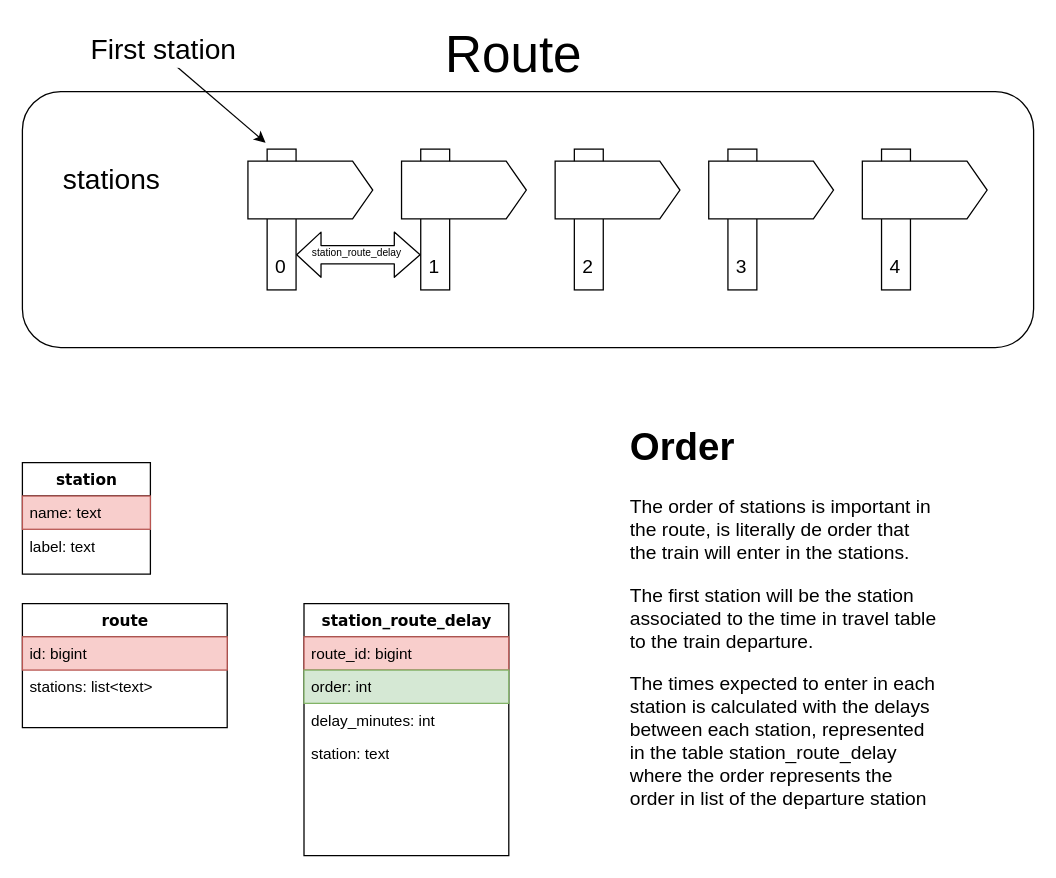
This is page "route" (2 of 4) of train/train.drawio from yquest/testhz, a draw.io file, before an edit. Source tidied: cells renumbered, new cells numbered last; positions are measured from the earlier drawing's top-left corner, leaving out a move shared by most shapes. Both pictures are drawn from the tidied source at 128%, with x=0, y=0 at pixel (22, 40).
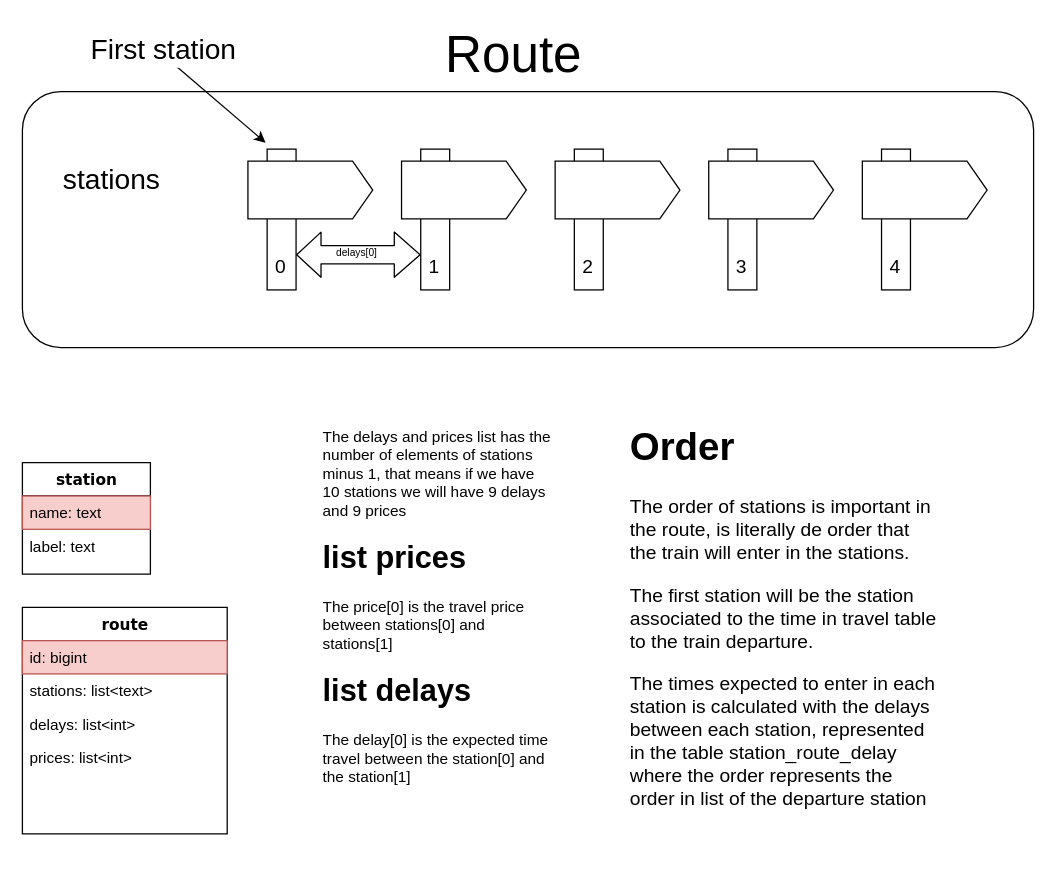
After the change.

The change refers to these unchanged cells:
```xml
<mxCell id="31" style="shape=flexArrow;endArrow=classic;startArrow=classic;html=1;fontSize=22;width=14.333333333333334;startSize=6.383333333333333;entryX=1;entryY=0.75;entryDx=0;entryDy=0;exitX=0;exitY=0.75;exitDx=0;exitDy=0;" parent="1" edge="1" source="4" target="34">
  <mxGeometry relative="1" as="geometry" />
</mxCell>
```

Diff of the diagram source:
```diff
@@
-    <mxCell id="22" value="route" style="swimlane;html=1;fontStyle=1;align=center;verticalAlign=top;horizontal=1;startSize=26;swimlaneFillColor=#ffffff;rounded=0;shadow=0;comic=0;labelBackgroundColor=none;strokeWidth=1;fillColor=none;fontFamily=Verdana;fontSize=12;" parent="1" vertex="1">
-      <mxGeometry y="440" width="160" height="97" as="geometry" />
-    </mxCell>
-    <mxCell id="23" value="id: bigint" style="text;html=1;strokeColor=#b85450;fillColor=#f8cecc;align=left;verticalAlign=top;spacingLeft=4;spacingRight=4;whiteSpace=wrap;overflow=hidden;" parent="22" vertex="1">
-      <mxGeometry y="26" width="160" height="26" as="geometry" />
-    </mxCell>
-    <mxCell id="24" value="stations: list&amp;lt;text&amp;gt;" style="text;html=1;strokeColor=none;fillColor=none;align=left;verticalAlign=top;spacingLeft=4;spacingRight=4;whiteSpace=wrap;overflow=hidden;" parent="22" vertex="1">
-      <mxGeometry y="52" width="160" height="26" as="geometry" />
-    </mxCell>
-    <mxCell id="25" value="station_route_delay" style="swimlane;html=1;fontStyle=1;align=center;verticalAlign=top;horizontal=1;startSize=26;swimlaneFillColor=#ffffff;rounded=0;shadow=0;comic=0;labelBackgroundColor=none;strokeWidth=1;fillColor=none;fontFamily=Verdana;fontSize=12;" parent="1" vertex="1">
-      <mxGeometry x="220" y="440" width="160" height="197" as="geometry" />
-    </mxCell>
-    <mxCell id="26" value="route_id: bigint" style="text;html=1;strokeColor=#b85450;fillColor=#f8cecc;align=left;verticalAlign=top;spacingLeft=4;spacingRight=4;whiteSpace=wrap;overflow=hidden;" parent="25" vertex="1">
-      <mxGeometry y="26" width="160" height="26" as="geometry" />
-    </mxCell>
-    <mxCell id="27" value="order: int" style="text;html=1;strokeColor=#82b366;fillColor=#d5e8d4;align=left;verticalAlign=top;spacingLeft=4;spacingRight=4;whiteSpace=wrap;overflow=hidden;" parent="25" vertex="1">
-      <mxGeometry y="52" width="160" height="26" as="geometry" />
-    </mxCell>
-    <mxCell id="28" value="delay_minutes: int" style="text;html=1;strokeColor=none;fillColor=none;align=left;verticalAlign=top;spacingLeft=4;spacingRight=4;whiteSpace=wrap;overflow=hidden;" parent="25" vertex="1">
-      <mxGeometry y="78" width="160" height="26" as="geometry" />
-    </mxCell>
-    <mxCell id="29" value="station: text" style="text;html=1;strokeColor=none;fillColor=none;align=left;verticalAlign=top;spacingLeft=4;spacingRight=4;whiteSpace=wrap;overflow=hidden;" parent="25" vertex="1">
-      <mxGeometry y="104" width="160" height="26" as="geometry" />
-    </mxCell>
@@
-    <mxCell id="32" value="station_route_delay" style="edgeLabel;html=1;align=center;verticalAlign=middle;fontSize=8;" parent="31" vertex="1">
+    <mxCell id="32" value="delays[0]" style="edgeLabel;html=1;align=center;verticalAlign=middle;fontSize=8;" parent="31" vertex="1">
       <mxGeometry x="0.01" y="-2" relative="1" as="geometry">
         <mxPoint x="-2" as="offset" />
       </mxGeometry>
     </mxCell>
@@
+    <mxCell id="22" value="route" style="swimlane;html=1;fontStyle=1;align=center;verticalAlign=top;horizontal=1;startSize=26;swimlaneFillColor=#ffffff;rounded=0;shadow=0;comic=0;labelBackgroundColor=none;strokeWidth=1;fillColor=none;fontFamily=Verdana;fontSize=12;" parent="1" vertex="1">
+      <mxGeometry y="443" width="160" height="177" as="geometry" />
+    </mxCell>
+    <mxCell id="23" value="id: bigint" style="text;html=1;strokeColor=#b85450;fillColor=#f8cecc;align=left;verticalAlign=top;spacingLeft=4;spacingRight=4;whiteSpace=wrap;overflow=hidden;" parent="22" vertex="1">
+      <mxGeometry y="26" width="160" height="26" as="geometry" />
+    </mxCell>
+    <mxCell id="24" value="stations: list&amp;lt;text&amp;gt;" style="text;html=1;strokeColor=none;fillColor=none;align=left;verticalAlign=top;spacingLeft=4;spacingRight=4;whiteSpace=wrap;overflow=hidden;" parent="22" vertex="1">
+      <mxGeometry y="52" width="160" height="26" as="geometry" />
+    </mxCell>
+    <mxCell id="41" value="delays: list&amp;lt;int&amp;gt;" style="text;html=1;strokeColor=none;fillColor=none;align=left;verticalAlign=top;spacingLeft=4;spacingRight=4;whiteSpace=wrap;overflow=hidden;" parent="22" vertex="1">
+      <mxGeometry y="78" width="160" height="26" as="geometry" />
+    </mxCell>
+    <mxCell id="42" value="prices: list&amp;lt;int&amp;gt;" style="text;html=1;strokeColor=none;fillColor=none;align=left;verticalAlign=top;spacingLeft=4;spacingRight=4;whiteSpace=wrap;overflow=hidden;" parent="22" vertex="1">
+      <mxGeometry y="104" width="160" height="26" as="geometry" />
+    </mxCell>
+    <mxCell id="43" value="&lt;h1&gt;&lt;/h1&gt;The delays and prices list has the number of elements of stations minus 1, that means if we have 10 stations we will have 9 delays and 9 prices&lt;br&gt;&lt;h1&gt;list prices&lt;/h1&gt;The price[0] is the travel price between stations[0] and stations[1]&lt;br&gt;&lt;h1&gt;list delays&lt;/h1&gt;&lt;div&gt;The delay[0] is the expected time travel between the station[0] and the station[1]&lt;br&gt;&lt;/div&gt;" style="text;html=1;strokeColor=none;fillColor=none;spacing=5;spacingTop=-20;whiteSpace=wrap;overflow=hidden;rounded=0;" parent="1" vertex="1">
+      <mxGeometry x="230" y="297" width="190" height="293" as="geometry" />
+    </mxCell>
```
